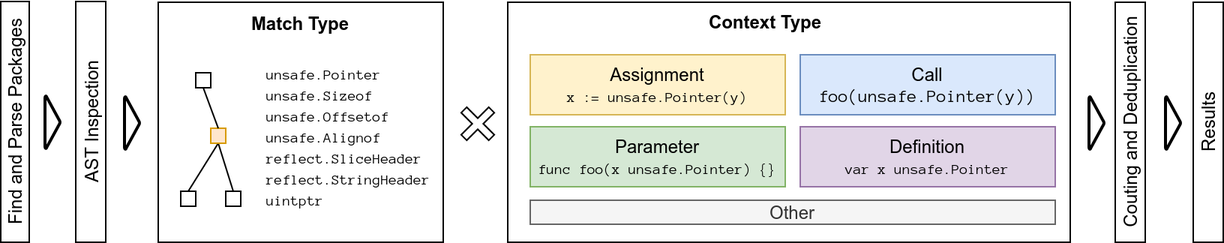
This is thesis/assets/figures/go-geiger-architecture.png from jlauinger/master-of-science, a draw.io export, as it was before one commit. Source tidied: cells renumbered, new cells last; positions are measured from the earlier drawing's top-left corner, leaving out a move shared by most shapes.
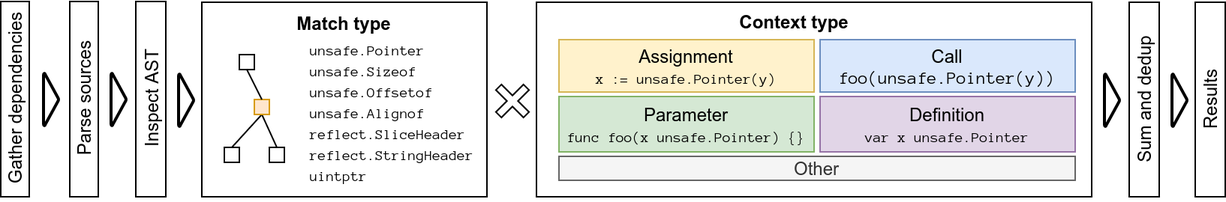
Above is the later version.

Commit message:
paper: update design figures

Diff of the diagram source:
```diff
@@ -3,10 +3,10 @@
     <mxCell id="0" />
     <mxCell id="1" parent="0" />
     <mxCell id="2" style="rounded=0;whiteSpace=wrap;html=1;align=left;glass=0;sketch=0;" parent="1" vertex="1">
-      <mxGeometry x="338" width="375" height="160" as="geometry" />
+      <mxGeometry x="328" width="370" height="130" as="geometry" />
     </mxCell>
     <mxCell id="3" style="rounded=0;whiteSpace=wrap;html=1;align=left;" parent="1" vertex="1">
-      <mxGeometry x="105" width="190" height="160" as="geometry" />
+      <mxGeometry x="105" width="190" height="130" as="geometry" />
     </mxCell>
     <mxCell id="4" style="edgeStyle=none;rounded=0;jettySize=auto;html=1;exitX=0.5;exitY=1;exitDx=0;exitDy=0;entryX=0.5;entryY=0;entryDx=0;entryDy=0;endArrow=none;endFill=0;" parent="1" edge="1" source="6" target="8">
       <mxGeometry relative="1" as="geometry" />
@@ -15,70 +15,76 @@
       <mxGeometry relative="1" as="geometry" />
     </mxCell>
     <mxCell id="6" style="rounded=0;whiteSpace=wrap;html=1;fillColor=#ffe6cc;strokeColor=#d79b00;" parent="1" vertex="1">
-      <mxGeometry x="140" y="84" width="10" height="10" as="geometry" />
+      <mxGeometry x="140" y="65" width="10" height="10" as="geometry" />
     </mxCell>
     <mxCell id="7" style="rounded=0;whiteSpace=wrap;html=1;" parent="1" vertex="1">
-      <mxGeometry x="120" y="126" width="10" height="10" as="geometry" />
+      <mxGeometry x="120" y="97" width="10" height="10" as="geometry" />
     </mxCell>
     <mxCell id="8" style="rounded=0;whiteSpace=wrap;html=1;" parent="1" vertex="1">
-      <mxGeometry x="150" y="126" width="10" height="10" as="geometry" />
+      <mxGeometry x="150" y="97" width="10" height="10" as="geometry" />
     </mxCell>
     <mxCell id="9" style="edgeStyle=none;rounded=0;jettySize=auto;html=1;exitX=0.5;exitY=1;exitDx=0;exitDy=0;entryX=0.5;entryY=0;entryDx=0;entryDy=0;endArrow=none;endFill=0;" parent="1" edge="1" source="10" target="6">
       <mxGeometry relative="1" as="geometry" />
     </mxCell>
     <mxCell id="10" style="rounded=0;whiteSpace=wrap;html=1;" parent="1" vertex="1">
-      <mxGeometry x="130" y="47" width="10" height="10" as="geometry" />
+      <mxGeometry x="130" y="35" width="10" height="10" as="geometry" />
     </mxCell>
     <mxCell id="11" value="&lt;font face=&quot;Helvetica&quot;&gt;Assignment&lt;/font&gt;&lt;br&gt;&lt;font style=&quot;font-size: 10px&quot;&gt;x := unsafe.Pointer(y)&lt;/font&gt;" style="text;html=1;strokeColor=#d6b656;fillColor=#fff2cc;align=center;verticalAlign=middle;whiteSpace=wrap;rounded=0;fontFamily=Anonymous Pro;FType=g;labelBackgroundColor=none;spacing=2;spacingTop=0;spacingBottom=0;" parent="1" vertex="1">
-      <mxGeometry x="353" y="35" width="170" height="40" as="geometry" />
+      <mxGeometry x="343" y="25" width="170" height="35" as="geometry" />
     </mxCell>
     <mxCell id="12" style="shape=cross;whiteSpace=wrap;html=1;align=left;rotation=-45;" parent="1" vertex="1">
-      <mxGeometry x="305" y="68" width="26" height="26" as="geometry" />
+      <mxGeometry x="299" y="53" width="26" height="26" as="geometry" />
     </mxCell>
-    <mxCell id="13" value="&lt;b&gt;Match Type&lt;/b&gt;" style="text;html=1;strokeColor=none;fillColor=none;align=center;verticalAlign=middle;whiteSpace=wrap;rounded=0;" parent="1" vertex="1">
+    <mxCell id="13" value="&lt;b&gt;Match type&lt;/b&gt;" style="text;html=1;strokeColor=none;fillColor=none;align=center;verticalAlign=middle;whiteSpace=wrap;rounded=0;" parent="1" vertex="1">
       <mxGeometry x="100" y="3.5" width="200" height="20" as="geometry" />
     </mxCell>
-    <mxCell id="14" value="&lt;b&gt;Context Type&lt;/b&gt;" style="text;html=1;strokeColor=none;fillColor=none;align=center;verticalAlign=middle;whiteSpace=wrap;rounded=0;" parent="1" vertex="1">
-      <mxGeometry x="340.5" y="3" width="340" height="20" as="geometry" />
+    <mxCell id="14" value="&lt;b&gt;Context type&lt;/b&gt;" style="text;html=1;strokeColor=none;fillColor=none;align=center;verticalAlign=middle;whiteSpace=wrap;rounded=0;" parent="1" vertex="1">
+      <mxGeometry x="330.5" y="3" width="340" height="20" as="geometry" />
     </mxCell>
-    <mxCell id="15" value="AST Inspection" style="rounded=0;whiteSpace=wrap;html=1;align=center;horizontal=0;" parent="1" vertex="1">
-      <mxGeometry x="50" y="-0.5" width="20" height="160.5" as="geometry" />
+    <mxCell id="15" value="Inspect AST" style="rounded=0;whiteSpace=wrap;html=1;align=center;horizontal=0;" parent="1" vertex="1">
+      <mxGeometry x="61" y="-0.5" width="20" height="130.5" as="geometry" />
     </mxCell>
-    <mxCell id="16" value="Find and Parse Packages" style="rounded=0;whiteSpace=wrap;html=1;align=center;horizontal=0;verticalAlign=bottom;" parent="1" vertex="1">
-      <mxGeometry y="-0.5" width="19" height="160.5" as="geometry" />
+    <mxCell id="16" value="Parse sources" style="rounded=0;whiteSpace=wrap;html=1;align=center;horizontal=0;verticalAlign=bottom;" parent="1" vertex="1">
+      <mxGeometry x="17" y="-0.5" width="19" height="130.5" as="geometry" />
     </mxCell>
     <mxCell id="17" style="strokeWidth=2;html=1;shape=mxgraph.flowchart.merge_or_storage;whiteSpace=wrap;labelBackgroundColor=none;fillColor=none;gradientColor=none;align=left;rotation=-90;" parent="1" vertex="1">
-      <mxGeometry x="70" y="75.5" width="35" height="10" as="geometry" />
+      <mxGeometry x="77" y="60.5" width="35" height="10" as="geometry" />
     </mxCell>
     <mxCell id="18" style="strokeWidth=2;html=1;shape=mxgraph.flowchart.merge_or_storage;whiteSpace=wrap;labelBackgroundColor=none;fillColor=none;gradientColor=none;align=left;rotation=-90;" parent="1" vertex="1">
-      <mxGeometry x="17" y="75" width="35" height="10" as="geometry" />
+      <mxGeometry x="32" y="60" width="35" height="10" as="geometry" />
     </mxCell>
-    <mxCell id="19" value="Couting and Deduplication" style="rounded=0;whiteSpace=wrap;html=1;align=center;horizontal=0;" parent="1" vertex="1">
-      <mxGeometry x="743" width="20" height="160" as="geometry" />
+    <mxCell id="19" value="Sum and dedup" style="rounded=0;whiteSpace=wrap;html=1;align=center;horizontal=0;" parent="1" vertex="1">
+      <mxGeometry x="723" width="20" height="130" as="geometry" />
     </mxCell>
     <mxCell id="20" style="strokeWidth=2;html=1;shape=mxgraph.flowchart.merge_or_storage;whiteSpace=wrap;labelBackgroundColor=none;fillColor=none;gradientColor=none;align=left;rotation=-90;" parent="1" vertex="1">
-      <mxGeometry x="713" y="75.5" width="35" height="10" as="geometry" />
+      <mxGeometry x="694" y="60.5" width="35" height="10" as="geometry" />
     </mxCell>
     <mxCell id="21" value="Results" style="rounded=0;whiteSpace=wrap;html=1;align=center;horizontal=0;" parent="1" vertex="1">
-      <mxGeometry x="795" width="20" height="160" as="geometry" />
+      <mxGeometry x="767" width="20" height="130" as="geometry" />
     </mxCell>
     <mxCell id="22" style="strokeWidth=2;html=1;shape=mxgraph.flowchart.merge_or_storage;whiteSpace=wrap;labelBackgroundColor=none;fillColor=none;gradientColor=none;align=left;rotation=-90;" parent="1" vertex="1">
-      <mxGeometry x="764" y="75.5" width="35" height="10" as="geometry" />
+      <mxGeometry x="739" y="60.5" width="35" height="10" as="geometry" />
     </mxCell>
     <mxCell id="23" value="&lt;font face=&quot;Helvetica&quot;&gt;Call&lt;/font&gt;&lt;br&gt;foo(unsafe.Pointer(y))" style="text;html=1;strokeColor=#6c8ebf;fillColor=#dae8fc;align=center;verticalAlign=middle;whiteSpace=wrap;rounded=0;fontFamily=Anonymous Pro;FType=g;labelBackgroundColor=none;spacing=2;spacingTop=0;spacingBottom=0;" parent="1" vertex="1">
-      <mxGeometry x="533" y="35" width="170" height="40" as="geometry" />
+      <mxGeometry x="517" y="25" width="170" height="35" as="geometry" />
     </mxCell>
     <mxCell id="24" value="&lt;font face=&quot;Helvetica&quot;&gt;Parameter&lt;/font&gt;&lt;br&gt;&lt;font style=&quot;font-size: 10px&quot;&gt;func foo(x unsafe.Pointer) {}&lt;/font&gt;" style="text;html=1;strokeColor=#82b366;fillColor=#d5e8d4;align=center;verticalAlign=middle;whiteSpace=wrap;rounded=0;fontFamily=Anonymous Pro;FType=g;labelBackgroundColor=none;spacing=2;spacingTop=0;spacingBottom=0;" parent="1" vertex="1">
-      <mxGeometry x="353" y="83" width="170" height="40" as="geometry" />
+      <mxGeometry x="343" y="63" width="170" height="37" as="geometry" />
     </mxCell>
     <mxCell id="25" value="&lt;font face=&quot;Helvetica&quot;&gt;Definition&lt;/font&gt;&lt;br&gt;&lt;font style=&quot;font-size: 10px&quot;&gt;var x unsafe.Pointer&lt;/font&gt;" style="text;html=1;strokeColor=#9673a6;fillColor=#e1d5e7;align=center;verticalAlign=middle;whiteSpace=wrap;rounded=0;fontFamily=Anonymous Pro;FType=g;labelBackgroundColor=none;spacing=2;spacingTop=0;spacingBottom=0;" parent="1" vertex="1">
-      <mxGeometry x="533" y="83" width="170" height="40" as="geometry" />
+      <mxGeometry x="517" y="63" width="170" height="37" as="geometry" />
     </mxCell>
     <mxCell id="26" value="&lt;font face=&quot;Helvetica&quot;&gt;Other&lt;/font&gt;" style="text;html=1;strokeColor=#666666;fillColor=#f5f5f5;align=center;verticalAlign=middle;whiteSpace=wrap;rounded=0;fontFamily=Anonymous Pro;FType=g;labelBackgroundColor=none;spacing=2;spacingTop=0;spacingBottom=0;fontColor=#333333;" parent="1" vertex="1">
-      <mxGeometry x="353" y="132" width="350" height="16" as="geometry" />
+      <mxGeometry x="343" y="103" width="344" height="16" as="geometry" />
     </mxCell>
     <mxCell id="27" value="&lt;p style=&quot;line-height: 150%&quot;&gt;&lt;/p&gt;&lt;div style=&quot;text-align: left ; font-size: 10px&quot;&gt;&lt;font face=&quot;Anonymous Pro&quot; style=&quot;font-size: 10px&quot;&gt;unsafe.Pointer&lt;/font&gt;&lt;/div&gt;&lt;div style=&quot;text-align: left ; font-size: 2px&quot;&gt;&lt;font face=&quot;Anonymous Pro&quot; style=&quot;font-size: 2px&quot;&gt;&lt;br&gt;&lt;/font&gt;&lt;/div&gt;&lt;div style=&quot;text-align: left ; font-size: 2px&quot;&gt;&lt;span&gt;&lt;font face=&quot;Anonymous Pro&quot; style=&quot;font-size: 10px&quot;&gt;unsafe.Sizeof&lt;/font&gt;&lt;/span&gt;&lt;/div&gt;&lt;div style=&quot;text-align: left ; font-size: 2px&quot;&gt;&lt;font face=&quot;Anonymous Pro&quot; style=&quot;font-size: 2px&quot;&gt;&lt;br&gt;&lt;/font&gt;&lt;/div&gt;&lt;div style=&quot;text-align: left ; font-size: 2px&quot;&gt;&lt;span&gt;&lt;font face=&quot;Anonymous Pro&quot; style=&quot;font-size: 10px&quot;&gt;unsafe.Offsetof&lt;/font&gt;&lt;/span&gt;&lt;/div&gt;&lt;div style=&quot;text-align: left ; font-size: 2px&quot;&gt;&lt;font face=&quot;Anonymous Pro&quot; style=&quot;font-size: 2px&quot;&gt;&lt;br&gt;&lt;/font&gt;&lt;/div&gt;&lt;div style=&quot;text-align: left ; font-size: 2px&quot;&gt;&lt;span&gt;&lt;font face=&quot;Anonymous Pro&quot; style=&quot;font-size: 10px&quot;&gt;unsafe.Alignof&lt;/font&gt;&lt;/span&gt;&lt;/div&gt;&lt;div style=&quot;text-align: left ; font-size: 2px&quot;&gt;&lt;font face=&quot;Anonymous Pro&quot; style=&quot;font-size: 2px&quot;&gt;&lt;br&gt;&lt;/font&gt;&lt;/div&gt;&lt;div style=&quot;text-align: left ; font-size: 2px&quot;&gt;&lt;span&gt;&lt;font face=&quot;Anonymous Pro&quot; style=&quot;font-size: 10px&quot;&gt;reflect.SliceHeader&lt;/font&gt;&lt;/span&gt;&lt;/div&gt;&lt;div style=&quot;text-align: left ; font-size: 2px&quot;&gt;&lt;font face=&quot;Anonymous Pro&quot; style=&quot;font-size: 2px&quot;&gt;&lt;br&gt;&lt;/font&gt;&lt;/div&gt;&lt;div style=&quot;text-align: left ; font-size: 2px&quot;&gt;&lt;span&gt;&lt;font face=&quot;Anonymous Pro&quot; style=&quot;font-size: 10px&quot;&gt;reflect.StringHeader&lt;/font&gt;&lt;/span&gt;&lt;/div&gt;&lt;div style=&quot;text-align: left ; font-size: 2px&quot;&gt;&lt;font face=&quot;Anonymous Pro&quot; style=&quot;font-size: 2px&quot;&gt;&lt;br&gt;&lt;/font&gt;&lt;/div&gt;&lt;div style=&quot;text-align: left ; font-size: 10px&quot;&gt;&lt;font face=&quot;Anonymous Pro&quot; style=&quot;font-size: 10px&quot;&gt;uintptr&lt;/font&gt;&lt;/div&gt;&lt;p&gt;&lt;/p&gt;" style="text;html=1;strokeColor=none;fillColor=none;align=center;verticalAlign=middle;whiteSpace=wrap;rounded=0;glass=0;labelBackgroundColor=none;sketch=0;" parent="1" vertex="1">
-      <mxGeometry x="169" y="35" width="126" height="110" as="geometry" />
+      <mxGeometry x="169" y="19" width="126" height="110" as="geometry" />
     </mxCell>
+    <mxCell id="28" value="Gather dependencies" style="rounded=0;whiteSpace=wrap;html=1;align=center;horizontal=0;verticalAlign=bottom;" parent="1" vertex="1">
+      <mxGeometry x="-29" y="-0.5" width="19" height="130.5" as="geometry" />
+    </mxCell>
+    <mxCell id="29" style="strokeWidth=2;html=1;shape=mxgraph.flowchart.merge_or_storage;whiteSpace=wrap;labelBackgroundColor=none;fillColor=none;gradientColor=none;align=left;rotation=-90;" parent="1" vertex="1">
+      <mxGeometry x="-13" y="60" width="35" height="10" as="geometry" />
+    </mxCell>
   </root>
 </mxGraphModel>
```
